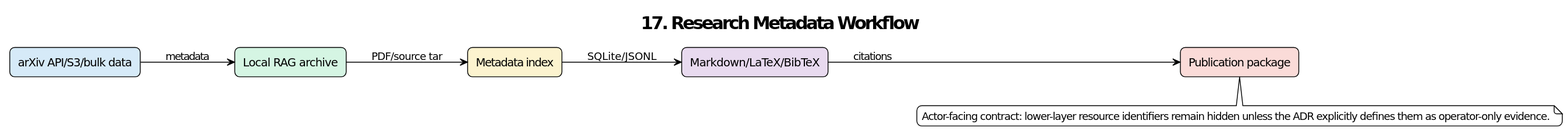
Above: diagrams/adr/ADR-017_Research_Metadata_and_Arxiv_Publication_Workflow.svg in yukon-systems/StorOps__Project_Coherent_Storage (PlantUML), before the change. Source of this version:
```plantuml
@startuml
!theme plain
title 17. Research Metadata Workflow
skinparam shadowing false
skinparam roundcorner 12
skinparam defaultFontName DejaVu Sans
left to right direction

rectangle "arXiv API/S3/bulk data" as N1 #D6EAF8
rectangle "Local RAG archive" as N2 #D5F5E3
rectangle "Metadata index" as N3 #FCF3CF
rectangle "Markdown/LaTeX/BibTeX" as N4 #E8DAEF
rectangle "Publication package" as N5 #FADBD8

N1 --> N2 : metadata
N2 --> N3 : PDF/source tar
N3 --> N4 : SQLite/JSONL
N4 --> N5 : citations

note bottom
Actor-facing contract: lower-layer resource identifiers remain hidden unless the ADR explicitly defines them as operator-only evidence.
end note
@enduml
```
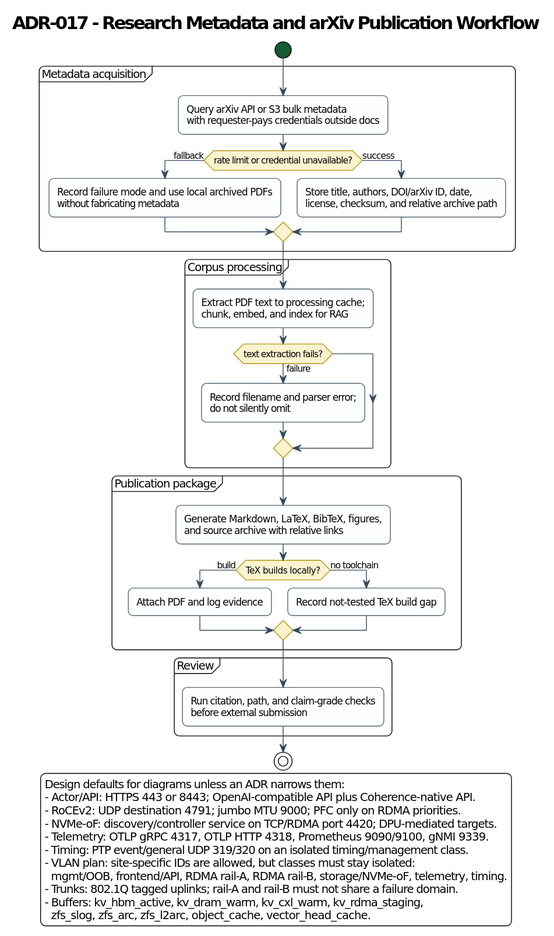
After the commit.

Diff of the diagram source:
```diff
@@ -1,23 +1,62 @@
 @startuml
 !theme plain
-title 17. Research Metadata Workflow
 skinparam shadowing false
 skinparam roundcorner 12
 skinparam defaultFontName DejaVu Sans
-left to right direction
+skinparam ArrowColor #34495E
+skinparam activity {
+  BackgroundColor #FDFEFE
+  BorderColor #566573
+  DiamondBackgroundColor #FCF3CF
+  DiamondBorderColor #B7950B
+  StartColor #145A32
+  EndColor #922B21
+}
+skinparam note {
+  BackgroundColor #FEF9E7
+  BorderColor #B7950B
+}
+title ADR-017 - Research Metadata and arXiv Publication Workflow
 
-rectangle "arXiv API/S3/bulk data" as N1 #D6EAF8
-rectangle "Local RAG archive" as N2 #D5F5E3
-rectangle "Metadata index" as N3 #FCF3CF
-rectangle "Markdown/LaTeX/BibTeX" as N4 #E8DAEF
-rectangle "Publication package" as N5 #FADBD8
+legend right
+Design defaults for diagrams unless an ADR narrows them:
+- Actor/API: HTTPS 443 or 8443; OpenAI-compatible API plus Coherence-native API.
+- RoCEv2: UDP destination 4791; jumbo MTU 9000; PFC only on RDMA priorities.
+- NVMe-oF: discovery/controller service on TCP/RDMA port 4420; DPU-mediated targets.
+- Telemetry: OTLP gRPC 4317, OTLP HTTP 4318, Prometheus 9090/9100, gNMI 9339.
+- Timing: PTP event/general UDP 319/320 on an isolated timing/management class.
+- VLAN plan: site-specific IDs are allowed, but classes must stay isolated:
+  mgmt/OOB, frontend/API, RDMA rail-A, RDMA rail-B, storage/NVMe-oF, telemetry, timing.
+- Trunks: 802.1Q tagged uplinks; rail-A and rail-B must not share a failure domain.
+- Buffers: kv_hbm_active, kv_dram_warm, kv_cxl_warm, kv_rdma_staging,
+  zfs_slog, zfs_arc, zfs_l2arc, object_cache, vector_head_cache.
+endlegend
 
-N1 --> N2 : metadata
-N2 --> N3 : PDF/source tar
-N3 --> N4 : SQLite/JSONL
-N4 --> N5 : citations
-
-note bottom
-Actor-facing contract: lower-layer resource identifiers remain hidden unless the ADR explicitly defines them as operator-only evidence.
-end note
+start
+partition "Metadata acquisition" {
+  :Query arXiv API or S3 bulk metadata\nwith requester-pays credentials outside docs;
+  if (rate limit or credential unavailable?) then (fallback)
+    :Record failure mode and use local archived PDFs\nwithout fabricating metadata;
+  else (success)
+    :Store title, authors, DOI/arXiv ID, date,\nlicense, checksum, and relative archive path;
+  endif
+}
+partition "Corpus processing" {
+  :Extract PDF text to processing cache;\nchunk, embed, and index for RAG;
+  if (text extraction fails?) then (failure)
+    :Record filename and parser error;\ndo not silently omit;
+  endif
+}
+partition "Publication package" {
+  :Generate Markdown, LaTeX, BibTeX, figures,\nand source archive with relative links;
+  if (TeX builds locally?) then (build)
+    :Attach PDF and log evidence;
+  else (no toolchain)
+    :Record not-tested TeX build gap;
+  endif
+}
+partition "Review" {
+  :Run citation, path, and claim-grade checks\nbefore external submission;
+}
+stop
 @enduml
```
